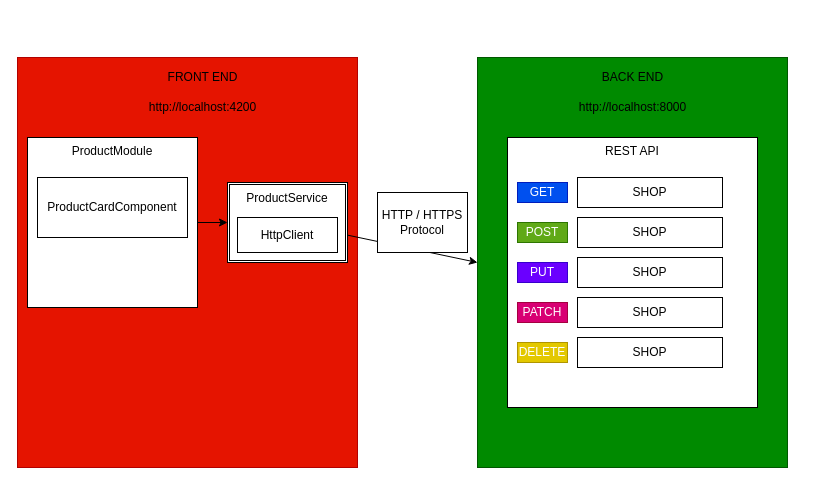
hello-world-capitanes/tienda-online-server-alumnos keeps this draw.io diagram as documents/frontend-vs-backend.drawio. Above is the earlier version. Source tidied: cells renumbered, new cells numbered last; positions are measured from the earlier drawing's top-left corner, leaving out a move shared by most shapes. Both pictures are drawn from the tidied source at 100%, with x=0, y=0 at pixel (17, 57). Pictures stored in the file or linked from it are replaced by grey dashed boxes.
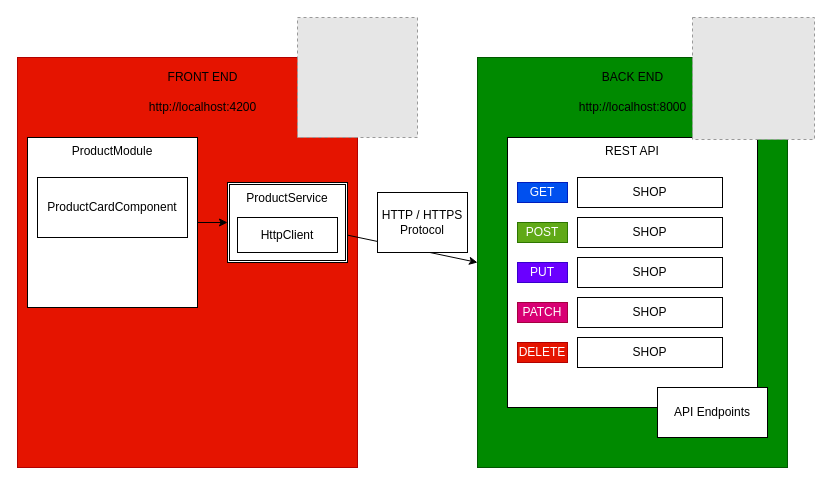
The same page after the edit.

Commit message (it also covers changes not shown here):
Diagrams enhanced

Diff of the diagram source:
```diff
@@
-    <mxCell id="25" value="DELETE" style="rounded=0;whiteSpace=wrap;html=1;fillColor=#e3c800;fontColor=#FFFFFF;strokeColor=#B09500;" parent="1" vertex="1">
+    <mxCell id="25" value="DELETE" style="rounded=0;whiteSpace=wrap;html=1;fillColor=#e51400;fontColor=#ffffff;strokeColor=#B20000;" parent="1" vertex="1">
       <mxGeometry x="500" y="285" width="50" height="20" as="geometry" />
     </mxCell>
+    <mxCell id="26" value="API Endpoints" style="rounded=0;whiteSpace=wrap;html=1;" parent="1" vertex="1">
+      <mxGeometry x="640" y="330" width="110" height="50" as="geometry" />
+    </mxCell>
+    <mxCell id="27" style="fillColor=#E6E6E6;strokeColor=#999999;dashed=1;verticalLabelPosition=bottom;labelBackgroundColor=#ffffff;verticalAlign=top;" parent="1" vertex="1">
+      <mxGeometry x="280" y="-40" width="120" height="120" as="geometry" />
+    </mxCell>
+    <mxCell id="28" style="fillColor=#E6E6E6;strokeColor=#999999;dashed=1;verticalLabelPosition=bottom;labelBackgroundColor=#ffffff;verticalAlign=top;" parent="1" vertex="1">
+      <mxGeometry x="675" y="-40" width="122" height="122" as="geometry" />
+    </mxCell>
```
